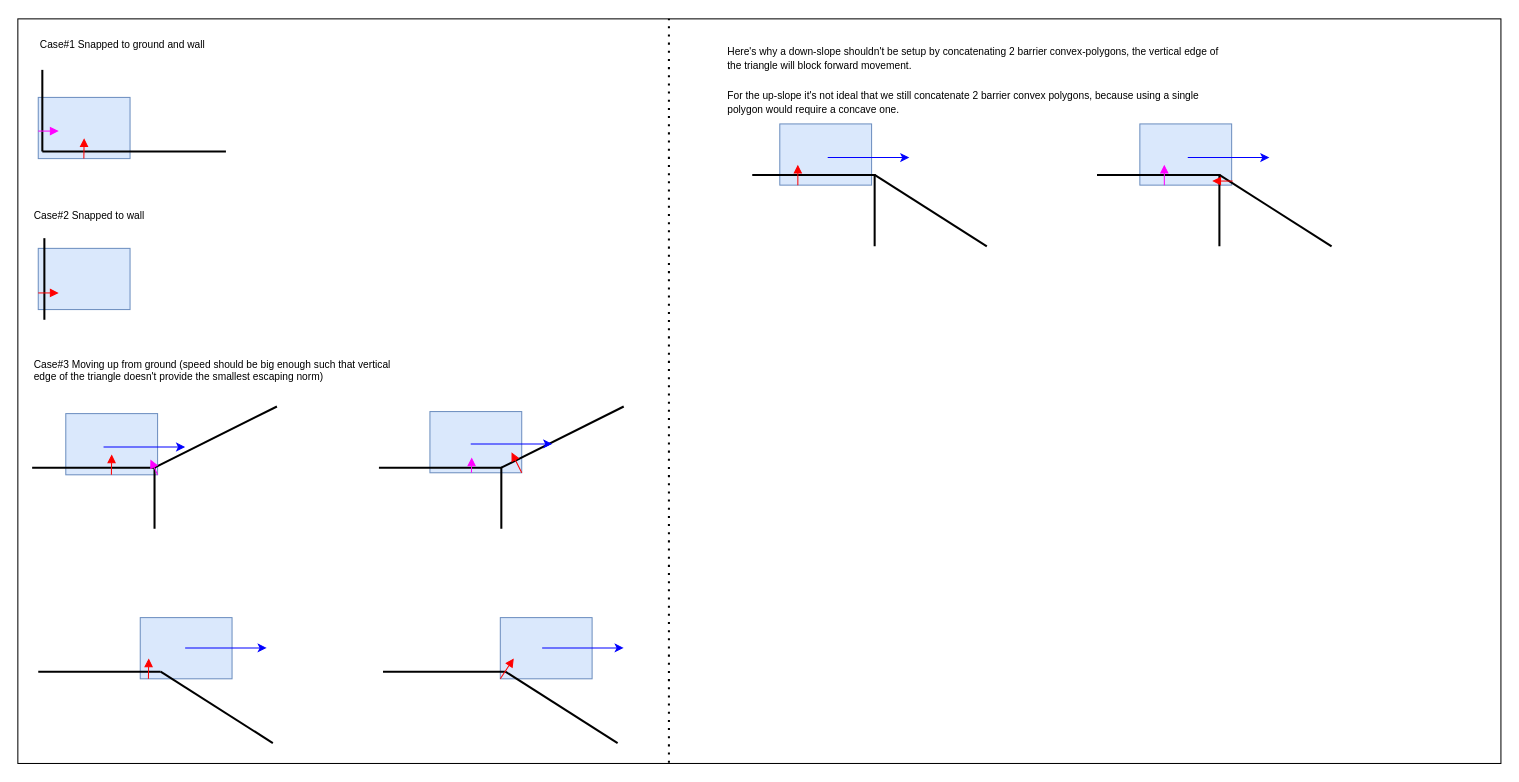
Above: page "MultiHardPushbacks" (7 of 7) of charts/DelayNoMore.drawio in genxium/DelayNoMoreUnity (draw.io), before the change. Source tidied: cells renumbered, new cells numbered last; positions are measured from the earlier drawing's top-left corner, leaving out a move shared by most shapes. Both pictures are drawn from the tidied source at 102%, with x=0, y=0 at pixel (17, 18).
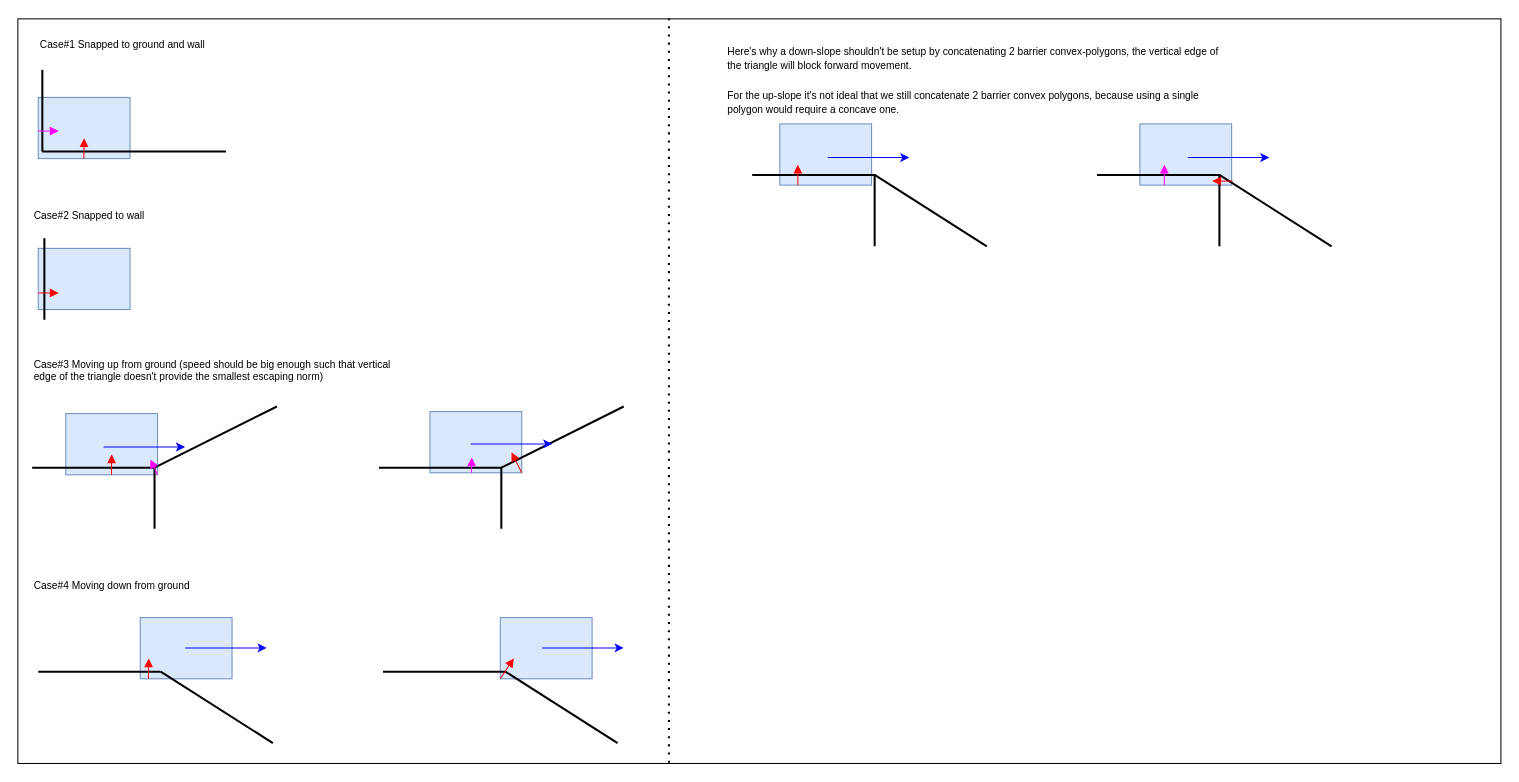
Above is the later version.

Change to the diagram source:
```diff
@@
+    <mxCell id="49" value="Case#4 Moving down from ground" style="text;html=1;strokeColor=none;fillColor=none;align=left;verticalAlign=middle;whiteSpace=wrap;rounded=0;fontSize=10;" parent="1" vertex="1">
+      <mxGeometry x="14" y="540" width="370" height="30" as="geometry" />
+    </mxCell>
```
